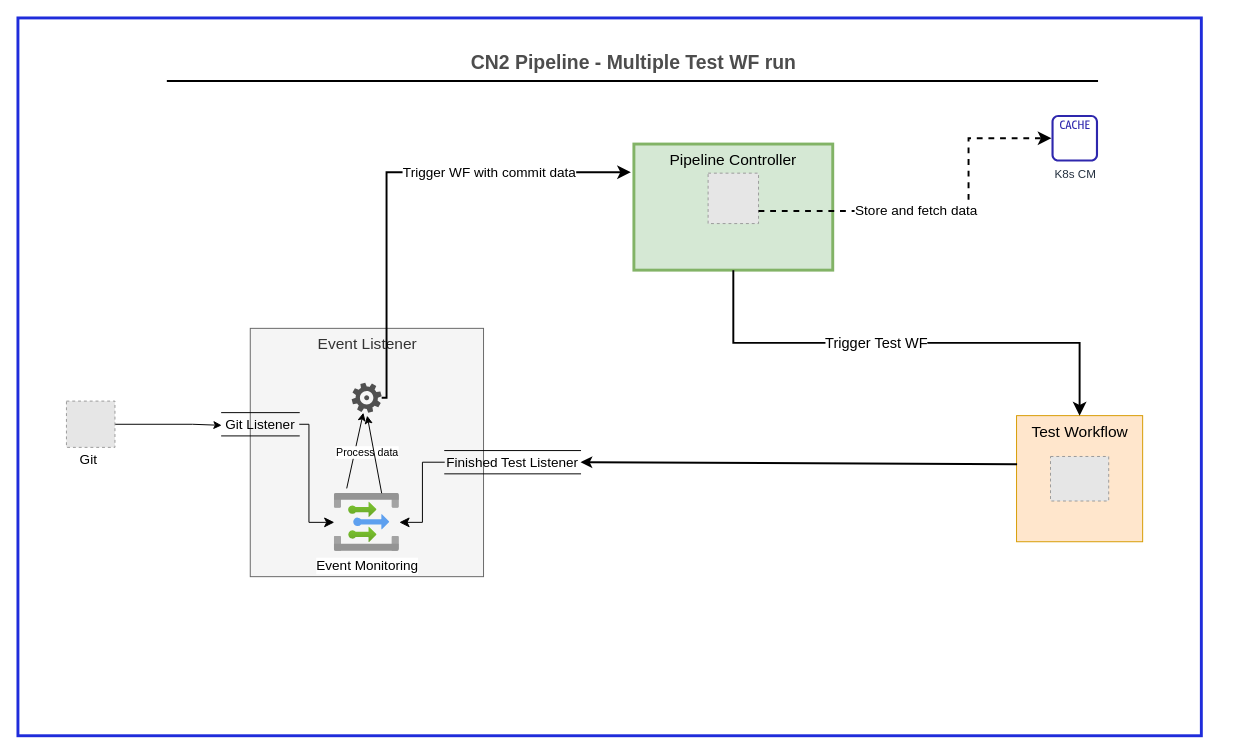
Earlier version of the draw.io diagram files/Untitled Diagram.drawio (roshpr/mydiagrams). Source tidied: cells renumbered, new cells numbered last; positions are measured from the earlier drawing's top-left corner, leaving out a move shared by most shapes. Both pictures are drawn from the tidied source at 97%, with x=0, y=0 at pixel (17, 17). Pictures stored in the file or linked from it are replaced by grey dashed boxes.
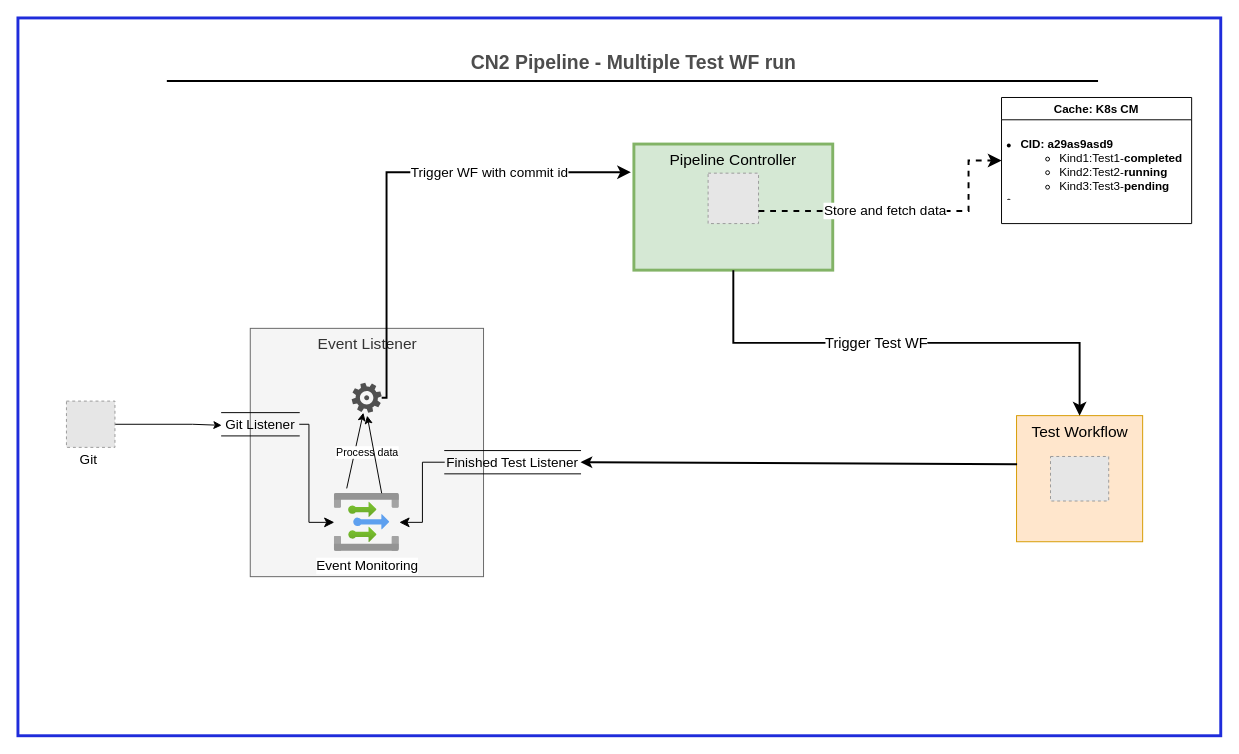
The same diagram, later.

Commit message:
Added cache block

Unchanged cells that the change refers to:
```xml
<mxCell id="7" style="edgeStyle=elbowEdgeStyle;elbow=horizontal;endArrow=classic;html=1;curved=0;rounded=0;endSize=8;startSize=8;entryX=-0.015;entryY=0.223;entryDx=0;entryDy=0;entryPerimeter=0;strokeWidth=2;" parent="1" edge="1" source="17" target="4">
  <mxGeometry relative="1" as="geometry">
    <Array as="points">
      <mxPoint x="380" y="270" />
    </Array>
  </mxGeometry>
</mxCell>
<mxCell id="9" style="fillColor=#E6E6E6;strokeColor=#999999;dashed=1;verticalLabelPosition=bottom;labelBackgroundColor=default;verticalAlign=top;" parent="1" vertex="1">
  <mxGeometry x="711.5" y="160" width="52" height="52" as="geometry" />
</mxCell>
```

What changed in the source:
```diff
@@
+    <mxCell id="29" style="fillColor=none;strokeColor=#1f2cdb;verticalAlign=top;fontStyle=0;fontColor=#DD3522;whiteSpace=wrap;html=1;strokeWidth=3;" parent="1" vertex="1">
+      <mxGeometry width="1240" height="740" as="geometry" />
+    </mxCell>
@@
-    <mxCell id="8" value="&lt;font style=&quot;font-size: 14px;&quot;&gt;Trigger WF with commit data&lt;/font&gt;" style="edgeLabel;html=1;align=center;verticalAlign=middle;" parent="7" vertex="1">
+    <mxCell id="8" value="&lt;font style=&quot;font-size: 14px;&quot;&gt;Trigger WF with commit id&lt;/font&gt;" style="edgeLabel;html=1;align=center;verticalAlign=middle;" parent="7" vertex="1">
       <mxGeometry x="0.52" relative="1" as="geometry">
         <mxPoint x="-29" as="offset" />
       </mxGeometry>
     </mxCell>
@@
-    <mxCell id="22" value="K8s CM" style="sketch=0;outlineConnect=0;fontColor=#232F3E;gradientColor=none;fillColor=#2E27AD;strokeColor=none;dashed=0;verticalLabelPosition=bottom;verticalAlign=top;align=center;html=1;fontSize=12;fontStyle=0;shape=mxgraph.aws4.cache_node;" parent="1" vertex="1">
-      <mxGeometry x="1065.5" y="100" width="48" height="48" as="geometry" />
-    </mxCell>
-    <mxCell id="23" style="edgeStyle=elbowEdgeStyle;elbow=horizontal;endArrow=classic;html=1;curved=0;rounded=0;endSize=8;startSize=8;exitX=1;exitY=0.75;exitDx=0;exitDy=0;endFill=1;jumpStyle=line;dashed=1;strokeWidth=2;" parent="1" edge="1" source="9" target="22">
+    <mxCell id="23" style="edgeStyle=elbowEdgeStyle;elbow=horizontal;endArrow=classic;html=1;curved=0;rounded=0;endSize=8;startSize=8;exitX=1;exitY=0.75;exitDx=0;exitDy=0;endFill=1;jumpStyle=line;dashed=1;strokeWidth=2;entryX=0;entryY=0.5;entryDx=0;entryDy=0;" parent="1" edge="1" source="9" target="31">
       <mxGeometry relative="1" as="geometry">
         <Array as="points">
           <mxPoint x="980" y="150" />
           <mxPoint x="790" y="280" />
         </Array>
       </mxGeometry>
     </mxCell>
@@
-    <mxCell id="29" style="fillColor=none;strokeColor=#1f2cdb;verticalAlign=top;fontStyle=0;fontColor=#DD3522;whiteSpace=wrap;html=1;strokeWidth=3;" parent="1" vertex="1">
-      <mxGeometry width="1220" height="740" as="geometry" />
-    </mxCell>
+    <mxCell id="30" value="&lt;ul&gt;&lt;li&gt;&lt;span style=&quot;background-color: initial;&quot;&gt;&lt;b&gt;CID: a29as9asd9&lt;/b&gt;&lt;/span&gt;&lt;/li&gt;&lt;ul&gt;&lt;li&gt;Kind1:Test1-&lt;b&gt;completed&lt;/b&gt;&lt;/li&gt;&lt;li style=&quot;border-color: var(--border-color);&quot;&gt;Kind2:Test2-&lt;b&gt;running&lt;/b&gt;&lt;/li&gt;&lt;li style=&quot;border-color: var(--border-color);&quot;&gt;Kind3:Test3-&lt;b&gt;pending&lt;/b&gt;&lt;/li&gt;&lt;/ul&gt;&lt;li&gt;&lt;/li&gt;&lt;/ul&gt;" style="text;strokeColor=none;fillColor=none;html=1;whiteSpace=wrap;verticalAlign=middle;overflow=hidden;" parent="1" vertex="1">
+      <mxGeometry x="991.5" y="109" width="208.5" height="80" as="geometry" />
+    </mxCell>
+    <mxCell id="31" value="Cache: K8s CM" style="swimlane;whiteSpace=wrap;html=1;" parent="1" vertex="1">
+      <mxGeometry x="1014" y="82" width="196" height="130" as="geometry" />
+    </mxCell>
```
